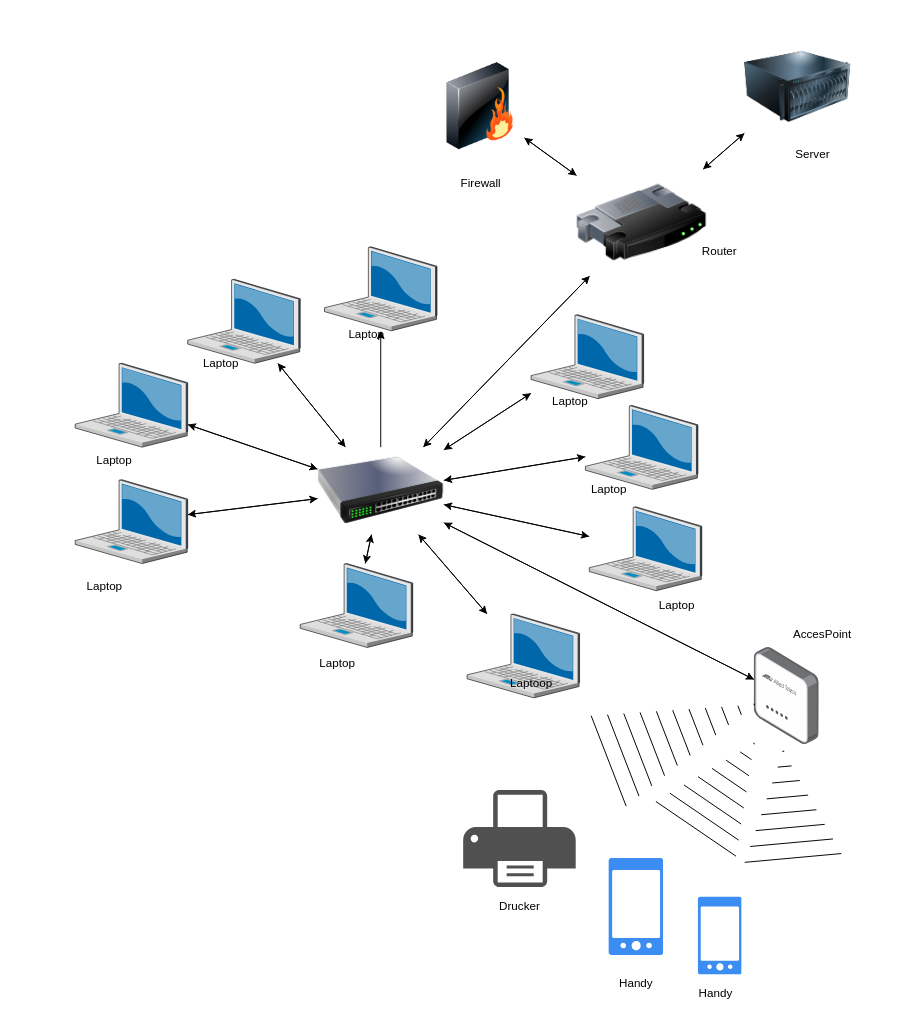
Above: NetzwerkDiagramm.drawio in simonstreuli/yihaaaaa.biz (draw.io), before the change. Source tidied: cells renumbered, new cells numbered last; positions are measured from the earlier drawing's top-left corner, leaving out a move shared by most shapes. Both pictures are drawn from the tidied source at 97%, with x=0, y=0 at pixel (75, 23).
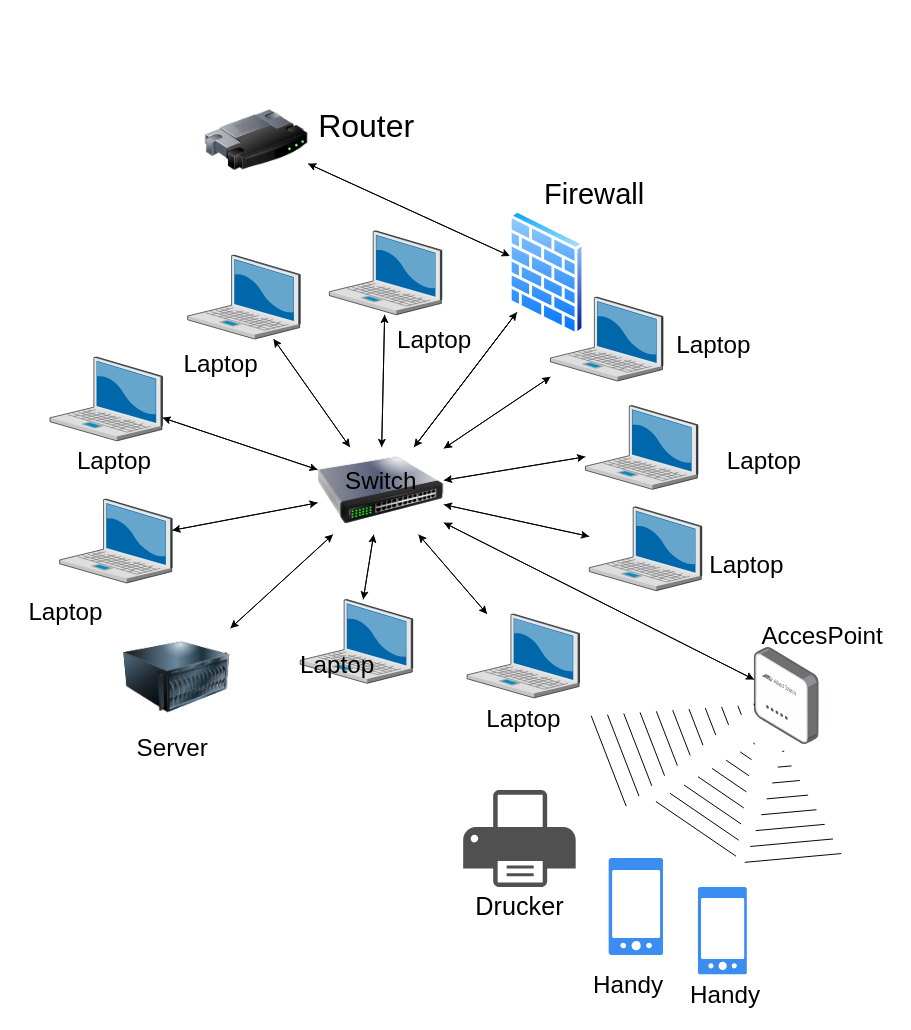
Above is the later version.

The change refers to these unchanged cells:
```xml
<mxCell id="12" style="image;html=1;image=img/lib/clip_art/networking/Switch_128x128.png;" parent="1" vertex="1">
  <mxGeometry x="250" y="436.5" width="130" height="90" as="geometry" />
</mxCell>
```

Diff of the diagram source:
```diff
@@
-    <mxCell id="11" style="edgeStyle=none;rounded=0;jettySize=auto;html=1;" parent="1" edge="1" source="12" target="36">
-      <mxGeometry relative="1" as="geometry" />
-    </mxCell>
+    <mxCell id="63" style="edgeStyle=none;rounded=0;jettySize=auto;html=1;" parent="1" edge="1" source="12" target="61">
+      <mxGeometry relative="1" as="geometry" />
+    </mxCell>
+    <mxCell id="64" style="edgeStyle=none;rounded=0;jettySize=auto;html=1;fontSize=25;" parent="1" edge="1" source="12" target="70">
+      <mxGeometry relative="1" as="geometry" />
+    </mxCell>
@@
     <mxCell id="14" style="verticalLabelPosition=bottom;sketch=0;html=1;verticalAlign=top;strokeColor=none;align=center;outlineConnect=0;shape=mxgraph.citrix.laptop_2;" parent="1" vertex="1">
-      <mxGeometry x="116" y="263.5" width="116" height="86.5" as="geometry" />
+      <mxGeometry x="116" y="238.5" width="116" height="86.5" as="geometry" />
     </mxCell>
@@
     <mxCell id="16" style="verticalLabelPosition=bottom;sketch=0;html=1;verticalAlign=top;strokeColor=none;align=center;outlineConnect=0;shape=mxgraph.citrix.laptop_2;" parent="1" vertex="1">
-      <mxGeometry x="470" y="300" width="116" height="86.5" as="geometry" />
+      <mxGeometry x="490" y="281.8" width="116" height="86.5" as="geometry" />
     </mxCell>
@@
     <mxCell id="18" style="verticalLabelPosition=bottom;sketch=0;html=1;verticalAlign=top;strokeColor=none;align=center;outlineConnect=0;shape=mxgraph.citrix.laptop_2;" parent="1" vertex="1">
-      <mxGeometry y="470" width="116" height="86.5" as="geometry" />
+      <mxGeometry x="-16" y="490" width="116" height="86.5" as="geometry" />
     </mxCell>
@@
     <mxCell id="20" style="verticalLabelPosition=bottom;sketch=0;html=1;verticalAlign=top;strokeColor=none;align=center;outlineConnect=0;shape=mxgraph.citrix.laptop_2;" parent="1" vertex="1">
-      <mxGeometry x="232" y="556.5" width="116" height="86.5" as="geometry" />
+      <mxGeometry x="232" y="593.5" width="116" height="86.5" as="geometry" />
     </mxCell>
@@
+    <mxCell id="65" style="edgeStyle=none;rounded=0;jettySize=auto;html=1;" parent="1" edge="1" source="23" target="12">
+      <mxGeometry relative="1" as="geometry" />
+    </mxCell>
     <mxCell id="23" style="verticalLabelPosition=bottom;sketch=0;html=1;verticalAlign=top;strokeColor=none;align=center;outlineConnect=0;shape=mxgraph.citrix.laptop_2;" parent="1" vertex="1">
-      <mxGeometry x="257" y="230" width="116" height="86.5" as="geometry" />
+      <mxGeometry x="262" y="213.5" width="116" height="86.5" as="geometry" />
     </mxCell>
@@
     <mxCell id="31" style="verticalLabelPosition=bottom;sketch=0;html=1;verticalAlign=top;strokeColor=none;align=center;outlineConnect=0;shape=mxgraph.citrix.laptop_2;" parent="1" vertex="1">
-      <mxGeometry y="350" width="116" height="86.5" as="geometry" />
+      <mxGeometry x="-26" y="343.5" width="116" height="86.5" as="geometry" />
     </mxCell>
-    <mxCell id="32" style="edgeStyle=none;rounded=0;jettySize=auto;html=1;" parent="1" edge="1" source="36" target="12">
-      <mxGeometry relative="1" as="geometry" />
-    </mxCell>
@@
-    <mxCell id="34" style="edgeStyle=none;rounded=0;jettySize=auto;html=1;" parent="1" edge="1" source="36" target="39">
-      <mxGeometry relative="1" as="geometry" />
-    </mxCell>
-    <mxCell id="35" style="edgeStyle=none;rounded=0;jettySize=auto;html=1;" parent="1" edge="1" source="36" target="61">
-      <mxGeometry relative="1" as="geometry" />
-    </mxCell>
-    <mxCell id="36" style="image;html=1;image=img/lib/clip_art/networking/Router_128x128.png;" parent="1" vertex="1">
-      <mxGeometry x="517" y="150" width="134" height="110" as="geometry" />
-    </mxCell>
@@
-    <mxCell id="38" style="edgeStyle=none;rounded=0;jettySize=auto;html=1;" parent="1" edge="1" source="39" target="36">
-      <mxGeometry relative="1" as="geometry" />
-    </mxCell>
-    <mxCell id="39" style="image;html=1;image=img/lib/clip_art/networking/Firewall_128x128.png;" parent="1" vertex="1">
-      <mxGeometry x="373" y="40" width="90" height="90" as="geometry" />
-    </mxCell>
@@
     <mxCell id="41" style="sketch=0;html=1;strokeColor=none;shadow=0;align=center;verticalAlign=top;fillColor=#3B8DF1;shape=mxgraph.gcp2.phone_android;" parent="1" vertex="1">
-      <mxGeometry x="642" y="900" width="44.8" height="80" as="geometry" />
+      <mxGeometry x="642" y="890" width="50.4" height="90" as="geometry" />
     </mxCell>
@@
-    <mxCell id="45" value="Laptop" style="text;html=1;align=center;verticalAlign=middle;strokeColor=none;fillColor=none;" parent="1" vertex="1">
-      <mxGeometry y="565" width="60" height="30" as="geometry" />
+    <mxCell id="45" value="&lt;font style=&quot;font-size: 25px;&quot;&gt;Laptop&lt;/font&gt;" style="text;html=1;align=center;verticalAlign=middle;strokeColor=none;fillColor=none;" parent="1" vertex="1">
+      <mxGeometry x="-60" y="585" width="100" height="40" as="geometry" />
     </mxCell>
-    <mxCell id="46" value="Laptop" style="text;html=1;align=center;verticalAlign=middle;strokeColor=none;fillColor=none;" parent="1" vertex="1">
-      <mxGeometry x="10" y="435" width="60" height="30" as="geometry" />
+    <mxCell id="46" value="&lt;font style=&quot;font-size: 25px;&quot;&gt;Laptop&lt;/font&gt;" style="text;html=1;align=center;verticalAlign=middle;strokeColor=none;fillColor=none;" parent="1" vertex="1">
+      <mxGeometry x="-10" y="430" width="100" height="40" as="geometry" />
     </mxCell>
-    <mxCell id="47" value="Laptop" style="text;html=1;align=center;verticalAlign=middle;strokeColor=none;fillColor=none;" parent="1" vertex="1">
-      <mxGeometry x="120" y="335" width="60" height="30" as="geometry" />
+    <mxCell id="47" value="&lt;font style=&quot;font-size: 25px;&quot;&gt;Laptop&lt;/font&gt;" style="text;html=1;align=center;verticalAlign=middle;strokeColor=none;fillColor=none;" parent="1" vertex="1">
+      <mxGeometry x="100" y="330" width="100" height="40" as="geometry" />
     </mxCell>
-    <mxCell id="48" value="Laptop" style="text;html=1;align=center;verticalAlign=middle;strokeColor=none;fillColor=none;" parent="1" vertex="1">
-      <mxGeometry x="270" y="305" width="60" height="30" as="geometry" />
-    </mxCell>
-    <mxCell id="49" value="Laptop" style="text;html=1;align=center;verticalAlign=middle;strokeColor=none;fillColor=none;" parent="1" vertex="1">
-      <mxGeometry x="480" y="375" width="60" height="30" as="geometry" />
+    <mxCell id="49" value="&lt;font style=&quot;font-size: 25px;&quot;&gt;Laptop&lt;/font&gt;" style="text;html=1;align=center;verticalAlign=middle;strokeColor=none;fillColor=none;" parent="1" vertex="1">
+      <mxGeometry x="608" y="310" width="100" height="40" as="geometry" />
     </mxCell>
-    <mxCell id="50" value="Laptop" style="text;html=1;align=center;verticalAlign=middle;strokeColor=none;fillColor=none;" parent="1" vertex="1">
-      <mxGeometry x="520" y="465" width="60" height="30" as="geometry" />
+    <mxCell id="50" value="&lt;font style=&quot;font-size: 25px;&quot;&gt;Laptop&lt;/font&gt;" style="text;html=1;align=center;verticalAlign=middle;strokeColor=none;fillColor=none;" parent="1" vertex="1">
+      <mxGeometry x="660" y="430" width="100" height="40" as="geometry" />
     </mxCell>
-    <mxCell id="51" value="Laptop" style="text;html=1;align=center;verticalAlign=middle;strokeColor=none;fillColor=none;" parent="1" vertex="1">
-      <mxGeometry x="590" y="585" width="60" height="30" as="geometry" />
+    <mxCell id="51" value="&lt;font style=&quot;font-size: 25px;&quot;&gt;Laptop&lt;/font&gt;" style="text;html=1;align=center;verticalAlign=middle;strokeColor=none;fillColor=none;" parent="1" vertex="1">
+      <mxGeometry x="642" y="536.5" width="100" height="40" as="geometry" />
     </mxCell>
-    <mxCell id="52" value="Laptoop" style="text;html=1;align=center;verticalAlign=middle;strokeColor=none;fillColor=none;" parent="1" vertex="1">
-      <mxGeometry x="435" y="665" width="70" height="30" as="geometry" />
+    <mxCell id="52" value="&lt;font style=&quot;font-size: 25px;&quot;&gt;Laptop&lt;/font&gt;" style="text;html=1;align=center;verticalAlign=middle;strokeColor=none;fillColor=none;" parent="1" vertex="1">
+      <mxGeometry x="412" y="695" width="100" height="40" as="geometry" />
     </mxCell>
-    <mxCell id="53" value="Laptop" style="text;html=1;align=center;verticalAlign=middle;strokeColor=none;fillColor=none;" parent="1" vertex="1">
-      <mxGeometry x="240" y="645" width="60" height="30" as="geometry" />
+    <mxCell id="53" value="&lt;font style=&quot;font-size: 25px;&quot;&gt;Laptop&lt;/font&gt;" style="text;html=1;align=center;verticalAlign=middle;strokeColor=none;fillColor=none;" parent="1" vertex="1">
+      <mxGeometry x="220" y="640" width="100" height="40" as="geometry" />
     </mxCell>
-    <mxCell id="54" value="AccesPoint" style="text;html=1;align=center;verticalAlign=middle;strokeColor=none;fillColor=none;" parent="1" vertex="1">
-      <mxGeometry x="730" y="615" width="80" height="30" as="geometry" />
+    <mxCell id="54" value="&lt;font style=&quot;font-size: 25px;&quot;&gt;AccesPoint&lt;/font&gt;" style="text;html=1;align=center;verticalAlign=middle;strokeColor=none;fillColor=none;" parent="1" vertex="1">
+      <mxGeometry x="695" y="610" width="150" height="40" as="geometry" />
     </mxCell>
-    <mxCell id="55" value="Handy" style="text;html=1;align=center;verticalAlign=middle;strokeColor=none;fillColor=none;" parent="1" vertex="1">
-      <mxGeometry x="548" y="975" width="60" height="30" as="geometry" />
+    <mxCell id="55" value="&lt;font style=&quot;font-size: 25px;&quot;&gt;Handy&lt;/font&gt;" style="text;html=1;align=center;verticalAlign=middle;strokeColor=none;fillColor=none;" parent="1" vertex="1">
+      <mxGeometry x="520" y="970" width="100" height="40" as="geometry" />
     </mxCell>
-    <mxCell id="56" value="Handy" style="text;html=1;align=center;verticalAlign=middle;strokeColor=none;fillColor=none;" parent="1" vertex="1">
-      <mxGeometry x="630" y="985" width="60" height="30" as="geometry" />
+    <mxCell id="56" value="&lt;font style=&quot;font-size: 25px;&quot;&gt;Handy&lt;/font&gt;" style="text;html=1;align=center;verticalAlign=middle;strokeColor=none;fillColor=none;" parent="1" vertex="1">
+      <mxGeometry x="620" y="980" width="100" height="40" as="geometry" />
     </mxCell>
-    <mxCell id="57" value="Drucker&lt;br&gt;" style="text;html=1;align=center;verticalAlign=middle;strokeColor=none;fillColor=none;" parent="1" vertex="1">
-      <mxGeometry x="423" y="895" width="70" height="30" as="geometry" />
+    <mxCell id="57" value="&lt;font style=&quot;font-size: 26px;&quot;&gt;Drucker&lt;/font&gt;" style="text;html=1;align=center;verticalAlign=middle;strokeColor=none;fillColor=none;" parent="1" vertex="1">
+      <mxGeometry x="403" y="890" width="110" height="40" as="geometry" />
     </mxCell>
-    <mxCell id="58" value="Firewall" style="text;html=1;align=center;verticalAlign=middle;strokeColor=none;fillColor=none;" parent="1" vertex="1">
-      <mxGeometry x="388" y="150" width="60" height="30" as="geometry" />
+    <mxCell id="58" value="&lt;font style=&quot;font-size: 30px;&quot;&gt;Firewall&lt;/font&gt;" style="text;html=1;align=center;verticalAlign=middle;strokeColor=none;fillColor=none;" parent="1" vertex="1">
+      <mxGeometry x="470" y="150" width="130" height="50" as="geometry" />
     </mxCell>
-    <mxCell id="59" value="Router" style="text;html=1;align=center;verticalAlign=middle;strokeColor=none;fillColor=none;" parent="1" vertex="1">
-      <mxGeometry x="634.4" y="220" width="60" height="30" as="geometry" />
+    <mxCell id="59" value="&lt;font style=&quot;font-size: 33px;&quot;&gt;Router&lt;/font&gt;" style="text;html=1;align=center;verticalAlign=middle;strokeColor=none;fillColor=none;" parent="1" vertex="1">
+      <mxGeometry x="240" y="80" width="120" height="50" as="geometry" />
     </mxCell>
-    <mxCell id="60" style="edgeStyle=none;rounded=0;jettySize=auto;html=1;" parent="1" edge="1" source="61" target="36">
-      <mxGeometry relative="1" as="geometry" />
-    </mxCell>
+    <mxCell id="66" style="edgeStyle=none;rounded=0;jettySize=auto;html=1;" parent="1" edge="1" source="61" target="12">
+      <mxGeometry relative="1" as="geometry" />
+    </mxCell>
     <mxCell id="61" style="image;html=1;image=img/lib/clip_art/computers/Server_128x128.png;" parent="1" vertex="1">
-      <mxGeometry x="690" width="110" height="130" as="geometry" />
+      <mxGeometry x="50" y="608.5" width="110" height="130" as="geometry" />
     </mxCell>
-    <mxCell id="62" value="Server" style="text;html=1;align=center;verticalAlign=middle;strokeColor=none;fillColor=none;" parent="1" vertex="1">
-      <mxGeometry x="730" y="120" width="60" height="30" as="geometry" />
+    <mxCell id="62" value="&lt;font style=&quot;font-size: 25px;&quot;&gt;Server&lt;/font&gt;" style="text;html=1;align=center;verticalAlign=middle;strokeColor=none;fillColor=none;" parent="1" vertex="1">
+      <mxGeometry x="50" y="725" width="100" height="40" as="geometry" />
     </mxCell>
+    <mxCell id="67" style="edgeStyle=none;rounded=0;orthogonalLoop=1;jettySize=auto;html=1;exitX=0.75;exitY=0;exitDx=0;exitDy=0;" parent="1" edge="1">
+      <mxGeometry relative="1" as="geometry">
+        <mxPoint x="517.5" as="sourcePoint" />
+        <mxPoint x="517.5" as="targetPoint" />
+      </mxGeometry>
+    </mxCell>
+    <mxCell id="48" value="&lt;font style=&quot;font-size: 25px;&quot;&gt;Laptop&lt;/font&gt;" style="text;html=1;align=center;verticalAlign=middle;strokeColor=none;fillColor=none;" parent="1" vertex="1">
+      <mxGeometry x="320" y="305" width="100" height="40" as="geometry" />
+    </mxCell>
+    <mxCell id="68" style="edgeStyle=none;rounded=0;jettySize=auto;html=1;fontSize=30;" parent="1" edge="1" source="70" target="73">
+      <mxGeometry relative="1" as="geometry" />
+    </mxCell>
+    <mxCell id="69" style="edgeStyle=none;rounded=0;jettySize=auto;html=1;fontSize=25;" parent="1" edge="1" source="70" target="12">
+      <mxGeometry relative="1" as="geometry" />
+    </mxCell>
+    <mxCell id="70" style="perimeter=ellipsePerimeter;html=1;align=center;shadow=0;dashed=0;spacingTop=3;image;image=img/lib/active_directory/firewall.svg;fontSize=21;" parent="1" vertex="1">
+      <mxGeometry x="446.7" y="191.8" width="79.3" height="130" as="geometry" />
+    </mxCell>
+    <mxCell id="71" style="edgeStyle=none;rounded=0;jettySize=auto;html=1;endArrow=none;" parent="1" edge="1" source="12" target="70">
+      <mxGeometry relative="1" as="geometry" />
+    </mxCell>
+    <mxCell id="72" style="edgeStyle=none;rounded=0;jettySize=auto;html=1;fontSize=30;" parent="1" edge="1" source="73" target="70">
+      <mxGeometry relative="1" as="geometry" />
+    </mxCell>
+    <mxCell id="73" style="image;html=1;image=img/lib/clip_art/networking/Router_128x128.png;fontSize=30;" parent="1" vertex="1">
+      <mxGeometry x="134" y="60" width="106" height="120" as="geometry" />
+    </mxCell>
+    <mxCell id="74" value="&lt;font style=&quot;font-size: 25px;&quot;&gt;Switch&lt;/font&gt;" style="text;html=1;align=center;verticalAlign=middle;strokeColor=none;fillColor=none;fontSize=20;" parent="1" vertex="1">
+      <mxGeometry x="265" y="450" width="100" height="40" as="geometry" />
+    </mxCell>
```
